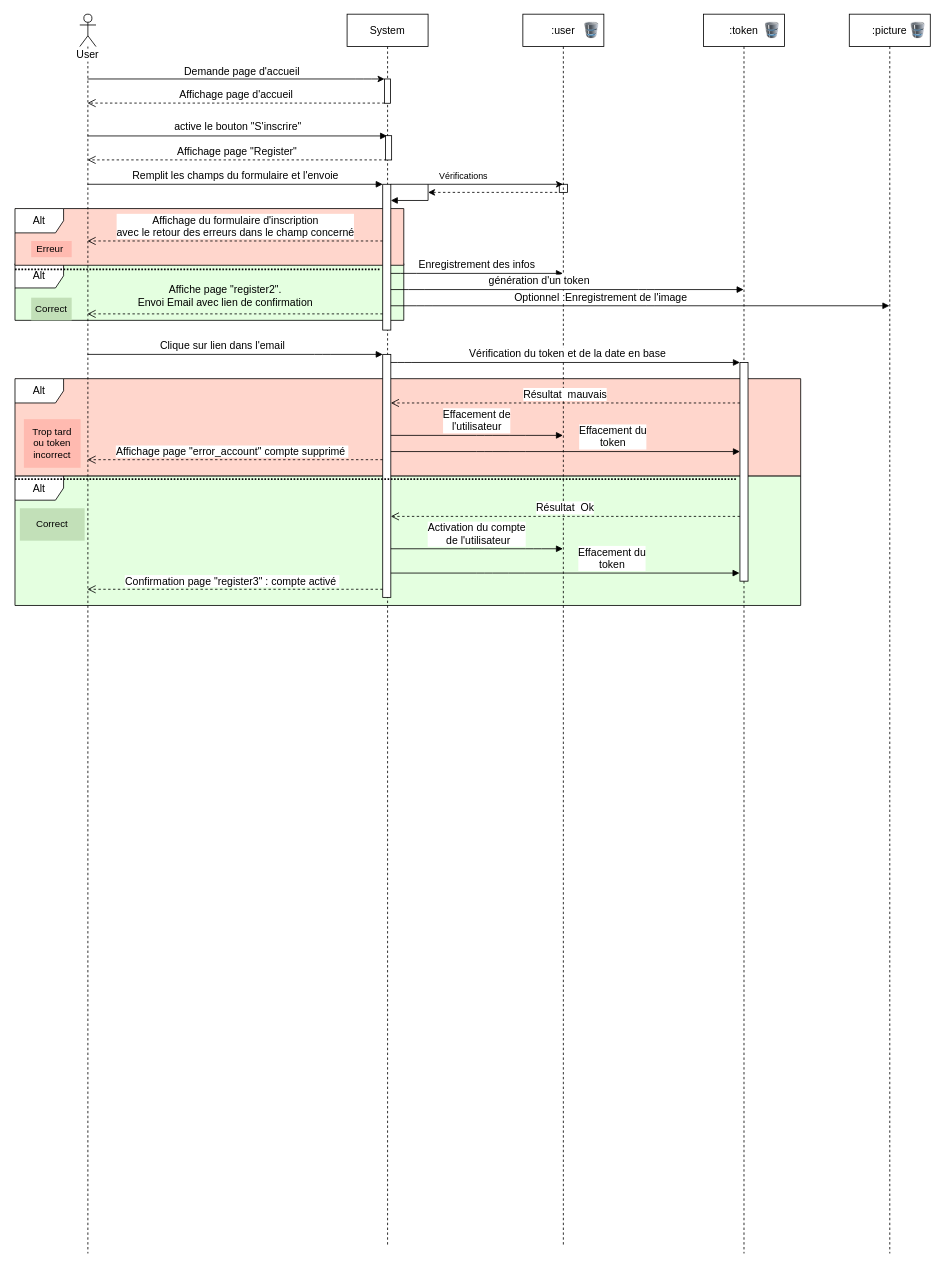
Above: Cadrage/Diagrammes de séquence register/register_seq.drawio in JgPhil/Blog (draw.io), before the change. Source tidied: cells renumbered, new cells numbered last; positions are measured from the earlier drawing's top-left corner, leaving out a move shared by most shapes. Both pictures are drawn from the tidied source at 81%, with x=0, y=0 at pixel (15, 14).
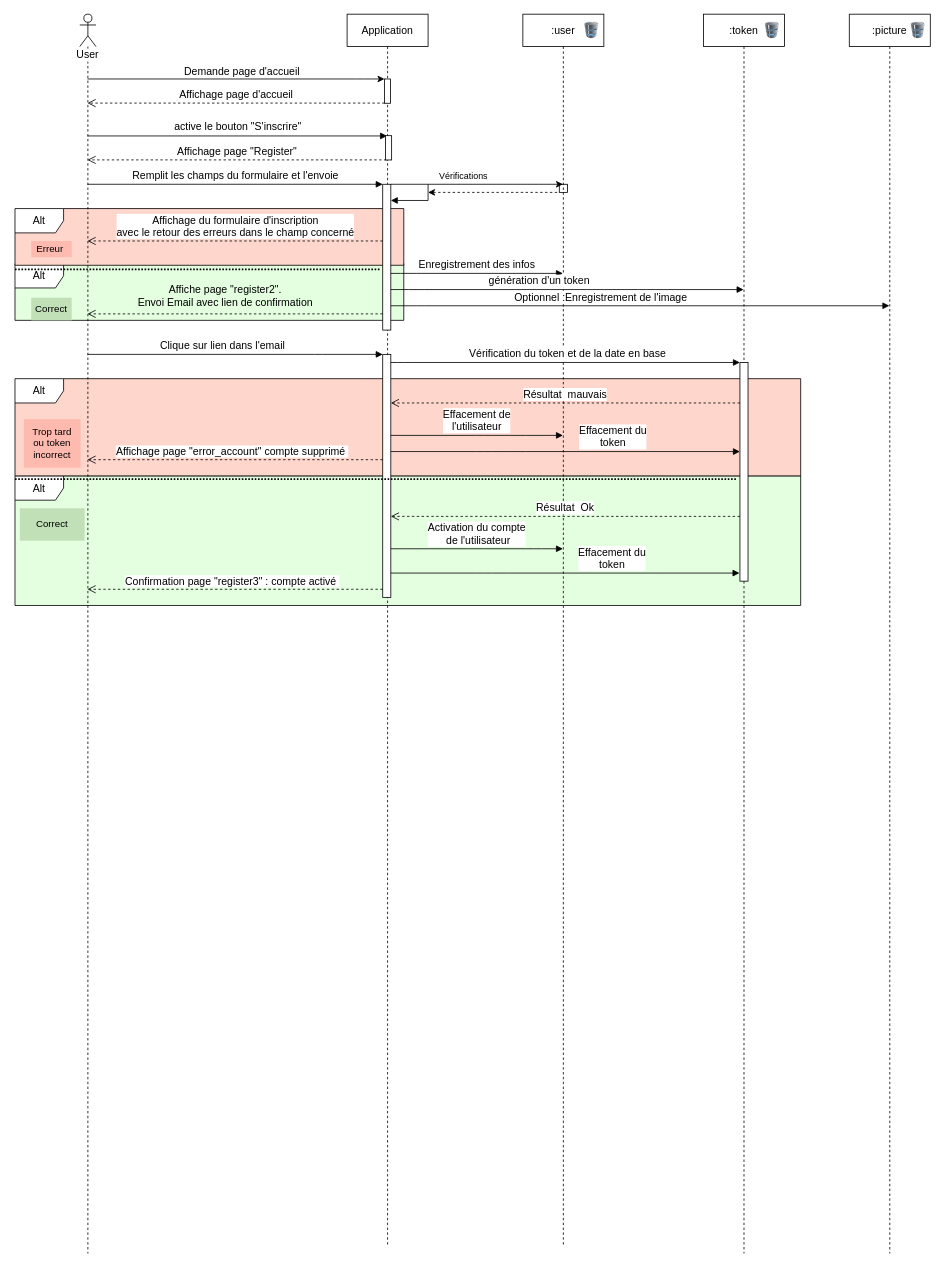
After the change.

Diff of the diagram source:
```diff
@@
-    <mxCell id="10" value="System" style="shape=umlLifeline;perimeter=lifelinePerimeter;whiteSpace=wrap;html=1;rounded=0;comic=0;fontSize=13;" parent="1" vertex="1">
+    <mxCell id="10" value="Application" style="shape=umlLifeline;perimeter=lifelinePerimeter;whiteSpace=wrap;html=1;rounded=0;comic=0;fontSize=13;" parent="1" vertex="1">
       <mxGeometry x="410" width="100" height="1520" as="geometry" />
     </mxCell>
```
